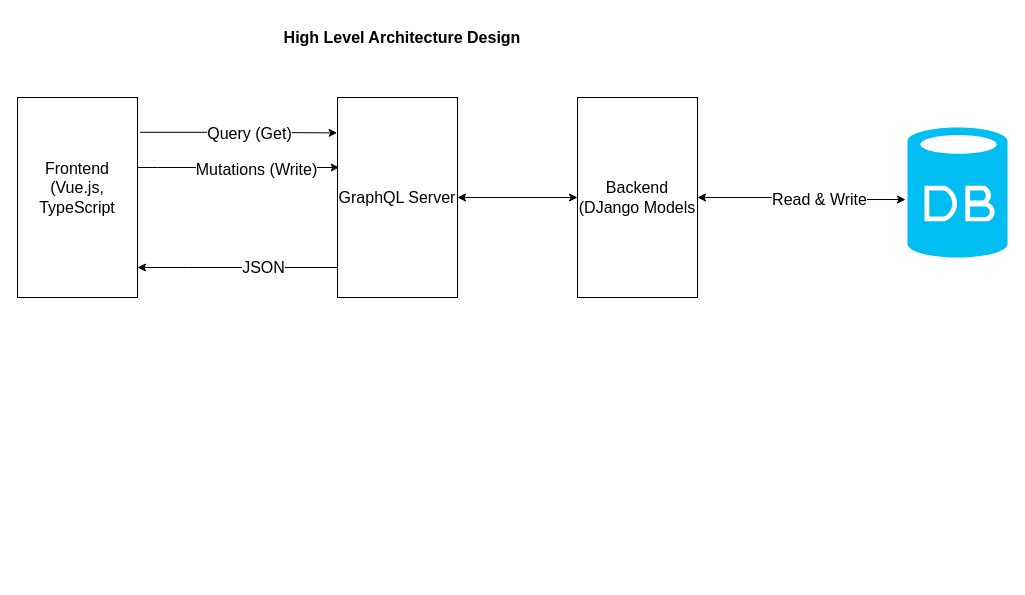
Before: architecture/arch/HighLevelArch.drawio in dmpe/django-wohn, a draw.io diagram. Source tidied: cells renumbered, new cells numbered last; positions are measured from the earlier drawing's top-left corner, leaving out a move shared by most shapes. Both pictures are drawn from the tidied source at 100%, with x=0, y=0 at pixel (17, 17).
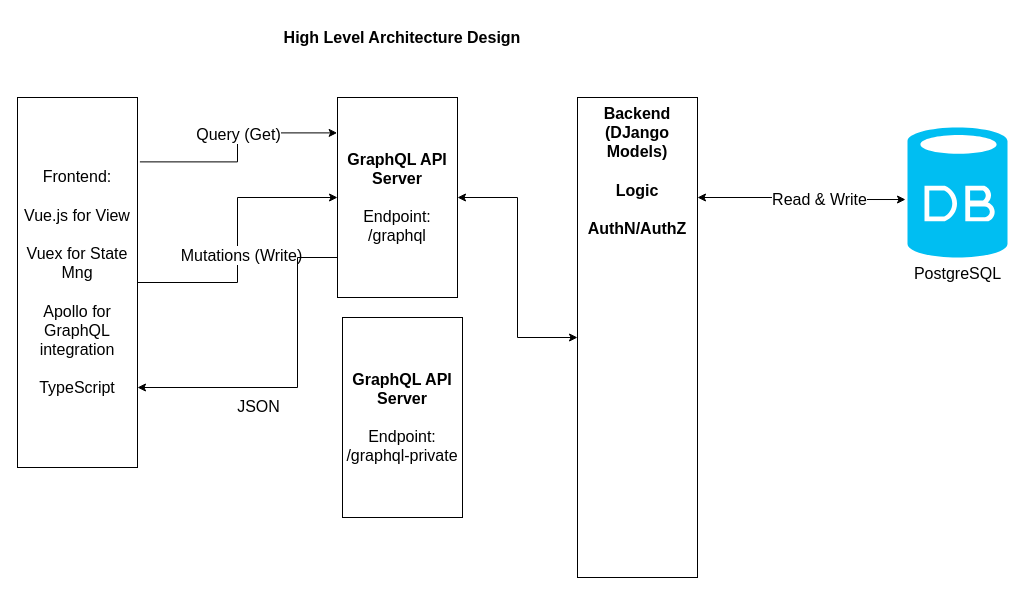
The same diagram, later.

Change to the diagram source:
```diff
@@
-    <mxCell id="5" style="edgeStyle=orthogonalEdgeStyle;rounded=0;jettySize=auto;html=1;entryX=0.014;entryY=0.35;entryDx=0;entryDy=0;entryPerimeter=0;fontSize=16;" parent="1" edge="1" source="7" target="10">
-      <mxGeometry relative="1" as="geometry">
-        <Array as="points">
-          <mxPoint x="140" y="150" />
-          <mxPoint x="140" y="150" />
-        </Array>
-      </mxGeometry>
+    <mxCell id="5" style="edgeStyle=orthogonalEdgeStyle;rounded=0;jettySize=auto;html=1;fontSize=16;" parent="1" edge="1" source="7" target="10">
+      <mxGeometry relative="1" as="geometry" />
     </mxCell>
-    <mxCell id="6" value="Mutations (Write)" style="text;html=1;align=center;verticalAlign=middle;labelBackgroundColor=#ffffff;fontSize=16;" parent="5" vertex="1">
-      <mxGeometry x="0.17" y="-1" relative="1" as="geometry" />
+    <mxCell id="6" value="Mutations (Write)" style="text;html=1;align=center;verticalAlign=middle;labelBackgroundColor=#ffffff;fontSize=16;rotation=0;" parent="5" vertex="1">
+      <mxGeometry x="0.17" y="-1" relative="1" as="geometry">
+        <mxPoint x="2" y="39" as="offset" />
+      </mxGeometry>
     </mxCell>
-    <mxCell id="7" value="&lt;div&gt;Frontend (Vue.js, TypeScript&lt;/div&gt;&lt;div&gt;&lt;br&gt;&lt;/div&gt;" style="rounded=0;whiteSpace=wrap;html=1;fontSize=16;" parent="1" vertex="1">
-      <mxGeometry y="80" width="120" height="200" as="geometry" />
+    <mxCell id="7" value="&lt;div&gt;Frontend:&lt;/div&gt;&lt;div&gt;&lt;br&gt;&lt;/div&gt;&lt;div&gt;Vue.js for View&lt;/div&gt;&lt;div&gt;&lt;br&gt;&lt;/div&gt;&lt;div&gt;Vuex for State Mng&lt;/div&gt;&lt;div&gt;&lt;br&gt;&lt;/div&gt;&lt;div&gt;Apollo for GraphQL integration&lt;br&gt;&lt;/div&gt;&lt;div&gt;&lt;br&gt;&lt;/div&gt;&lt;div&gt; TypeScript&lt;/div&gt;" style="rounded=0;whiteSpace=wrap;html=1;fontSize=16;" parent="1" vertex="1">
+      <mxGeometry y="80" width="120" height="370" as="geometry" />
     </mxCell>
     <mxCell id="8" style="edgeStyle=orthogonalEdgeStyle;rounded=0;jettySize=auto;html=1;fontSize=16;" parent="1" edge="1" source="10" target="7">
       <mxGeometry relative="1" as="geometry">
         <Array as="points">
-          <mxPoint x="170" y="250" />
-          <mxPoint x="170" y="250" />
+          <mxPoint x="280" y="240" />
+          <mxPoint x="280" y="370" />
         </Array>
       </mxGeometry>
     </mxCell>
     <mxCell id="9" value="JSON" style="text;html=1;align=center;verticalAlign=middle;labelBackgroundColor=#ffffff;fontSize=16;" parent="8" vertex="1">
-      <mxGeometry x="-0.25" y="-1" relative="1" as="geometry" />
+      <mxGeometry x="-0.25" y="-1" relative="1" as="geometry">
+        <mxPoint x="-39" y="64" as="offset" />
+      </mxGeometry>
     </mxCell>
-    <mxCell id="10" value="GraphQL Server" style="rounded=0;whiteSpace=wrap;html=1;fontSize=16;" parent="1" vertex="1">
+    <mxCell id="10" value="&lt;div&gt;&lt;b&gt;GraphQL API Server&lt;/b&gt;&lt;/div&gt;&lt;div&gt;&lt;br&gt;&lt;/div&gt;&lt;div&gt;Endpoint: /graphql&lt;br&gt;&lt;/div&gt;" style="rounded=0;whiteSpace=wrap;html=1;fontSize=16;" parent="1" vertex="1">
       <mxGeometry x="320" y="80" width="120" height="200" as="geometry" />
     </mxCell>
@@
-    <mxCell id="14" value="Backend (DJango Models" style="rounded=0;whiteSpace=wrap;html=1;fontSize=16;" parent="1" vertex="1">
-      <mxGeometry x="560" y="80" width="120" height="200" as="geometry" />
+    <mxCell id="14" value="&lt;div&gt;&lt;b&gt;Backend (DJango Models)&lt;/b&gt;&lt;/div&gt;&lt;div&gt;&lt;b&gt;&lt;br&gt;&lt;/b&gt;&lt;/div&gt;&lt;div&gt;&lt;b&gt;Logic &lt;br&gt;&lt;/b&gt;&lt;/div&gt;&lt;div&gt;&lt;b&gt;&lt;br&gt;&lt;/b&gt;&lt;/div&gt;&lt;div&gt;&lt;b&gt;AuthN/AuthZ&lt;br&gt;&lt;/b&gt;&lt;/div&gt;&lt;div&gt;&lt;br&gt;&lt;/div&gt;&lt;div&gt;&lt;br&gt;&lt;/div&gt;" style="rounded=0;whiteSpace=wrap;html=1;fontSize=16;verticalAlign=top;" parent="1" vertex="1">
+      <mxGeometry x="560" y="80" width="120" height="480" as="geometry" />
     </mxCell>
-    <mxCell id="15" style="verticalLabelPosition=bottom;html=1;verticalAlign=top;align=center;strokeColor=none;fillColor=#00BEF2;shape=mxgraph.azure.database;fontSize=16;" parent="1" vertex="1">
+    <mxCell id="15" value="PostgreSQL" style="verticalLabelPosition=bottom;html=1;verticalAlign=top;align=center;strokeColor=none;fillColor=#00BEF2;shape=mxgraph.azure.database;fontSize=16;" parent="1" vertex="1">
       <mxGeometry x="890" y="110" width="100" height="130" as="geometry" />
     </mxCell>
+    <mxCell id="16" value="&lt;div&gt;&lt;b&gt;GraphQL API Server&lt;/b&gt;&lt;/div&gt;&lt;div&gt;&lt;br&gt;&lt;/div&gt;&lt;div&gt;Endpoint: /graphql-private&lt;br&gt;&lt;/div&gt;" style="rounded=0;whiteSpace=wrap;html=1;fontSize=16;" parent="1" vertex="1">
+      <mxGeometry x="325" y="300" width="120" height="200" as="geometry" />
+    </mxCell>
```
